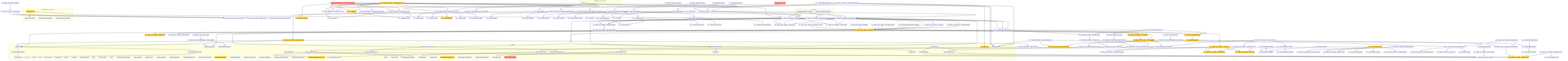
semcod/redup keeps this Mermaid diagram as project/flow.png. Above is the earlier version. Its source is kept beside it as project/flow.mmd.
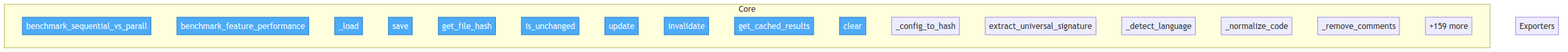
Above is the later version.

What changed in the source:
```diff
@@ -1,265 +1,27 @@
 flowchart TD
-    subgraph benchmark
-        benchmark__benchmark_sequential_vs_parallel["benchmark_sequential_vs_parallel"]
+
+    classDef entry fill:#4dabf7,stroke:#1971c2,color:#fff
+
+    subgraph Core
+        benchmark__benchmark_sequential_vs_parallel["benchmark_sequential_vs_parall"]
         benchmark__benchmark_feature_performance["benchmark_feature_performance"]
-    end
-    subgraph benchmarks_bench_libraries
-        benchmarks__bench_libraries__generate_test_project["generate_test_project"]
-        benchmarks__bench_libraries__benchmark("benchmark CC=10")
-        benchmarks__benchmark_hash_performance["benchmark_hash_performance"]
-        benchmarks__benchmark_fuzzy_performance["benchmark_fuzzy_performance"]
-    end
-    subgraph examples_01_basic_usage
-        examples__01_basic_usage__main["main"]
-    end
-    subgraph src_redup
-        src__redup__core__config___load_toml_file["_load_toml_file"]
-        src___get_config_from_pyproject["_get_config_from_pyproject"]
-        src___get_config_from_redup_toml["_get_config_from_redup_toml"]
-        src__redup__core__config__load_config["load_config"]
-        src__redup__core__config__config_to_scan_config["config_to_scan_config"]
-        src__redup__core__config__create_sample_redup_toml["create_sample_redup_toml"]
-        src__redup__core__hash_cache__HashCache____init__["__init__"]
         src__redup__core__hash_cache__HashCache___load["_load"]
         src__redup__core__hash_cache__HashCache__save["save"]
-        src__get_file_hash["get_file_hash"]
-        src__is_unchanged["is_unchanged"]
+        src__redup__core__hash_cache__HashCache__get_file_hash["get_file_hash"]
+        src__redup__core__hash_cache__HashCache__is_unchanged["is_unchanged"]
         src__redup__core__hash_cache__HashCache__update["update"]
-        src__invalidate["invalidate"]
-        src__get_cached_results["get_cached_results"]
+        src__redup__core__hash_cache__HashCache__invalidate["invalidate"]
+        src__redup__core__hash_cache__HashCache__get_cached_results["get_cached_results"]
         src__redup__core__hash_cache__HashCache__clear["clear"]
         src__redup__core__hash_cache___config_to_hash["_config_to_hash"]
-        src____init__["__init__"]
-        src__extract_universal_signature["extract_universal_signature"]
-        src___detect_language["_detect_language"]
-        src___normalize_code["_normalize_code"]
-        src___remove_comments["_remove_comments"]
-        src___normalize_identifiers["_normalize_identifiers"]
-        src___detect_component_type["_detect_component_type"]
-        src___extract_semantic_patterns["_extract_semantic_patterns"]
-        src___extract_metadata("_extract_metadata CC=11")
-        src___compute_complexity["_compute_complexity"]
-        src___compute_structure_hash["_compute_structure_hash"]
-        src____init__["__init__"]
-        src__find_similar_components["find_similar_components"]
-        src___compute_universal_similarity["_compute_universal_similarity"]
-        src___compute_pattern_similarity["_compute_pattern_similarity"]
-        src___compute_metadata_similarity("_compute_metadata_similarity CC=9")
-        src__find_exact_duplicates_lazy["find_exact_duplicates_lazy"]
-        src__find_structural_duplicates_lazy["find_structural_duplicates_lazy"]
-        src___create_duplicate_group["_create_duplicate_group"]
-        src__find_all_duplicates_lazy["find_all_duplicates_lazy"]
-        src____init__["__init__"]
-        src__collect["collect"]
-        src__collect_sorted["collect_sorted"]
-        src__redup__core__matcher__sequence_similarity["sequence_similarity"]
-        src__redup__core__matcher__fuzzy_similarity["fuzzy_similarity"]
-        src___compare_against_reference["_compare_against_reference"]
-        src__redup__core__matcher__match_candidates["match_candidates"]
-        src__refine_structural_matches["refine_structural_matches"]
-        src__redup__core__planner___common_prefix["_common_prefix"]
-        src__redup__core__planner___suggest_module_name["_suggest_module_name"]
-        src__redup__core__planner___assess_risk["_assess_risk"]
-        src__redup__core__planner___choose_action["_choose_action"]
-        src__redup__core__planner__generate_suggestions["generate_suggestions"]
-        src____init__["__init__"]
-        src___ensure_model["_ensure_model"]
-        src__find_semantic_duplicates("find_semantic_duplicates CC=9")
-        src__find_semantic_duplicates_fast["find_semantic_duplicates_fast"]
-        src__compute_semantic_similarity["compute_semantic_similarity"]
-        src___parse_with_libcst["_parse_with_libcst"]
-        src__redup__core__python_parser___parse_with_ast{{_parse_with_ast CC=15}}
-        src__parse_python_functions["parse_python_functions"]
-        src__parsed_to_code_blocks["parsed_to_code_blocks"]
-        src__redup__mcp_server___json_safe("_json_safe CC=10")
-        src__redup__mcp_server___resolve_path["_resolve_path"]
+        src__UniversalFuzzyExtractor__extract_universal_signature["extract_universal_signature"]
+        src__UniversalFuzzyExtractor___detect_language["_detect_language"]
+        src__UniversalFuzzyExtractor___normalize_code["_normalize_code"]
+        src__UniversalFuzzyExtractor___remove_comments["_remove_comments"]
+        ...["+159 more"]
     end
-    benchmarks__bench_libraries__benchmark --> benchmarks__bench_libraries__generate_test_project
-    benchmarks__bench_libraries__benchmark --> src__redup__core__pipeline__analyze
-    examples__01_basic_usage__main --> src__redup__core__pipeline__analyze
-    examples__01_basic_usage__main --> src__redup__reporters__toon_reporter__to_toon
-    examples__01_basic_usage__main --> src__redup__reporters__json_reporter__to_json
-    src___get_config_from_pyproject --> src__redup__core__config___load_toml_file
-    src___get_config_from_redup_toml --> src__redup__core__config___load_toml_file
-    src__redup__core__config__load_config --> src___get_config_from_redup_toml
-    src__redup__core__config__load_config --> src___get_config_from_pyproject
-    benchmark__benchmark_sequential_vs_parallel --> src__redup__core__pipeline__analyze
-    benchmark__benchmark_sequential_vs_parallel --> src__redup__core__pipeline__analyze_parallel
-    benchmark__benchmark_feature_performance --> src__redup__core__pipeline__analyze_parallel
-    src__find_exact_duplicates_lazy --> src___create_duplicate_group
-    src__find_exact_duplicates_lazy --> src___blocks_from_different_locations
-    src__find_structural_duplicates_lazy --> src___create_duplicate_group
-    src__find_structural_duplicates_lazy --> src___blocks_from_different_locations
-    src__find_all_duplicates_lazy --> src__find_exact_duplicates_lazy
-    src__find_all_duplicates_lazy --> src__find_structural_duplicates_lazy
-    src__redup__core__matcher__sequence_similarity --> src__redup__core__hasher___normalize_text
-    src__redup__core__matcher__fuzzy_similarity --> src__redup__core__hasher___normalize_text
-    src__redup__core__matcher__fuzzy_similarity --> src__redup__core__matcher__sequence_similarity
-    src__redup__core__matcher__match_candidates --> src___compare_against_reference
-    src__refine_structural_matches --> src___compare_against_reference
-    src__redup__core__planner___suggest_module_name --> src__redup__core__planner___common_prefix
-    src__redup__core__planner__generate_suggestions --> src__redup__core__planner___choose_action
-    src__redup__core__planner__generate_suggestions --> src__redup__core__planner___suggest_module_name
-    src__redup__core__planner__generate_suggestions --> src__redup__core__planner___assess_risk
-    src__parse_python_functions --> src__redup__core__python_parser___parse_with_ast
-    src__parse_python_functions --> src___parse_with_libcst
-    src__redup__mcp_server___build_scan_config --> src__redup__core__config__config_to_scan_config
-    src__redup__mcp_server___build_scan_config --> src__redup__mcp_server___parse_extensions
-    src__redup__mcp_server___build_scan_config --> src__redup__core__config__load_config
-    src__redup__mcp_server___run_analysis --> src__redup__mcp_server___build_scan_config
-    src__redup__mcp_server___run_analysis --> src__redup__core__pipeline__analyze_parallel
-    src__redup__mcp_server___run_analysis --> src__redup__core__pipeline__analyze_optimized
-    src__redup__mcp_server___run_analysis --> src__redup__core__pipeline__analyze
-    src__redup__mcp_server___handle_analyze_project --> src__redup__mcp_server___resolve_path
-    src__redup__mcp_server___handle_analyze_project --> src__redup__mcp_server___run_analysis
-    src__redup__mcp_server___handle_analyze_project --> src__redup__reporters__json_reporter__to_json
-    src__redup__mcp_server___handle_analyze_project --> src__redup__reporters__yaml_reporter__to_yaml
-    src__redup__mcp_server___handle_analyze_project --> src__redup__reporters__toon_reporter__to_toon
-    src__redup__mcp_server___handle_analyze_project --> src__to_markdown
-    src__redup__mcp_server___handle_analyze_project --> src__redup__mcp_server___estimate_code2llm_counts
-    src___handle_suggest_refactoring --> src__redup__mcp_server___resolve_path
-    src___handle_suggest_refactoring --> src__redup__mcp_server___run_analysis
-    src___handle_suggest_refactoring --> src__redup__mcp_server___json_safe
-    src__redup__mcp_server___handle_compare_scans --> src__redup__mcp_server___resolve_path
-    src__redup__mcp_server___handle_compare_scans --> src__redup__core__differ__compare_scans
-    src__redup__mcp_server___handle_compare_scans --> src__redup__core__differ__format_diff_result
-    src__redup__mcp_server___handle_check_project --> src__redup__mcp_server___resolve_path
-    src__redup__mcp_server___handle_check_project --> src__redup__mcp_server___run_analysis
-    src__redup__mcp_server__handle_request --> src__redup__mcp_server__handle_initialize
-    src__redup__mcp_server__handle_request --> src__redup__mcp_server__handle_tools_list
-    src__redup__mcp_server__handle_request --> src__redup__mcp_server__handle_tools_call
-    src__redup__mcp_server__run_server --> src__redup__mcp_server__handle_request
-    src__redup__core__scanner___collect_files --> src__redup__core__scanner___project_relative_path
-    src__redup__core__scanner___collect_files --> src__redup__core__scanner___should_exclude
-    src__redup__core__scanner___collect_files --> src__redup__core__scanner___is_test_file
-    src__redup__core__scanner___scan_sequential --> src___extract_function_blocks_python
-    src__redup__core__scanner___scan_parallel --> src__redup__core__scanner___scan_sequential
-    src__redup__core__scanner___scan_file_worker --> src__redup__core__scanner___should_process_file
-    src__redup__core__scanner___scan_file_worker --> src___extract_function_blocks_python
-    src__redup__core__scanner___scan_file_worker --> src__extract_functions_treesitter
-    src__redup__core__scanner___should_process_file --> src__redup__core__scanner___project_relative_path
-    src__redup__core__scanner___should_process_file --> src__redup__core__scanner___should_exclude
-    src__redup__core__scanner___should_process_file --> src__redup__core__scanner___is_test_file
-    src___extract_function_blocks_python --> src__parse_python_functions
-    src___extract_function_blocks_python --> src__parsed_to_code_blocks
-    src__redup__core__scanner__scan_project --> src__redup__core__scanner___collect_files
-    src__redup__core__scanner__scan_project --> src__redup__core__config__load_config
-    src__redup__core__scanner__scan_project --> src__redup__core__config__config_to_scan_config
-    src__redup__core__scanner__scan_project --> src__redup__core__scanner___preload_files
-    src__redup__core__scanner__scan_project --> src__redup__core__scanner___scan_parallel
-    src__redup__core__scanner__scan_project --> src__redup__core__scanner___scan_sequential
-    src__redup__core__scanner__scan_project --> src__redup__core__scanner___lazy_read_files
-    src__redup__core__scanner__scan_project_ultra_fast --> src__redup__core__scanner__scan_project
-    src__scan_project_memory_optimized --> src__redup__core__scanner__scan_project
-    src__redup__core__scanner__scan_project_parallel --> src__redup__core__scanner__scan_project
-    src__scan_project_parallel_memory_optimized --> src__redup__core__scanner__scan_project
-    src__redup__core__lsh_matcher___create_minhash --> src__redup__core__hasher___normalize_text
-    src___text_to_minhash_features --> src__redup__core__hasher___normalize_text
-    src___create_simple_minhash --> src___text_to_minhash_features
-    src__redup__core__lsh_matcher__LSHIndex__add --> src__redup__core__lsh_matcher___create_minhash
-    src__redup__core__lsh_matcher__LSHIndex__add --> src___create_simple_minhash
-    src__find_near_duplicates --> src__redup__core__lsh_matcher___create_minhash
-    src___find_near_duplicates_simple --> src___create_simple_minhash
-    src__find_near_duplicates --> src__redup__core__lsh_matcher__build_lsh_index
-    src__redup__core__hasher___normalize_ast_text --> src___ast_to_normalized_string
-    src__redup__core__hasher___normalize_ast_text --> src__redup__core__hasher___normalize_text
-    src__redup__core__hasher___hashed_block --> src__redup__core__hasher__hash_block
-    src__redup__core__hasher___hashed_block --> src__redup__core__hasher__hash_block_structural
-    src__redup__core__hasher__build_hash_index --> src__redup__core__hasher___hashed_block
-    src__redup__core__hasher___find_duplicates --> src___blocks_from_different_locations
-    src__redup__core__cache__hash_block_with_cache --> src__redup__core__hasher__hash_block
-    src__redup__core__cache__hash_block_with_cache --> src__redup__core__hasher__hash_block_structural
-    src__build_hash_index_with_cache --> src__redup__core__cache__hash_block_with_cache
-    src__extract_functions_treesitter --> src___get_tree_sitter_language
-    src__extract_functions_treesitter --> src___initialize_language_dispatcher
-    src__get_supported_languages --> src___get_tree_sitter_language
-    src__is_language_supported --> src___get_tree_sitter_language
-    src___get_layers --> src___calculate_avg_cc
-    src__to_code2llm_toon --> src___calculate_avg_cc
-    src__to_code2llm_toon --> src___count_critical_functions
-    src__export_code2llm --> src__to_code2llm_toon
-    src__export_code2llm --> src__to_code2llm_context
-    src__redup__reporters__json_reporter__to_json --> src___group_to_dict
-    src__redup__reporters__json_reporter__to_json --> src___suggestion_to_dict
-    src__redup__reporters__toon_reporter__to_toon --> src___render_header
-    src__redup__reporters__toon_reporter__to_toon --> src___render_summary
-    src__redup__reporters__toon_reporter__to_toon --> src___render_duplicates
-    src__redup__reporters__toon_reporter__to_toon --> src___render_refactor
-    src__redup__reporters__toon_reporter__to_toon --> src___render_metrics_target
-    src__redup__reporters__yaml_reporter__to_yaml --> src___group_to_dict
-    src__redup__reporters__yaml_reporter__to_yaml --> src___suggestion_to_dict
-    src__redup__cli_app__output_writer__write_results --> src__redup__reporters__json_reporter__to_json
-    src__redup__cli_app__output_writer__write_results --> src__redup__cli_app__output_writer__write_output
-    src__redup__cli_app__output_writer__write_results --> src__redup__reporters__yaml_reporter__to_yaml
-    src__redup__cli_app__output_writer__write_results --> src__redup__reporters__toon_reporter__to_toon
-    src__redup__cli_app__output_writer__write_results --> src__to_markdown
-    src__redup__cli_app__output_writer__write_results --> src__to_code2llm_context
-    src__redup__cli_app__output_writer__write_results --> src__export_code2llm
-    src__redup__cli_app__scan_commands__diff_command --> src__redup__core__differ__compare_scans
-    src__redup__cli_app__scan_commands__diff_command --> src__redup__core__differ__format_diff_result
-    src__redup__cli_app__scan_commands__check_command --> src__print_scan_header
-    src__redup__cli_app__scan_commands__check_command --> src__redup__core__pipeline__analyze
-    src__redup__cli_app__scan_commands__check_command --> src__print_scan_summary
-    src__redup__cli_app__scan_commands__config_command --> src__redup__core__config__create_sample_redup_toml
-    src__redup__cli_app__scan_commands__config_command --> src__redup__core__config__load_config
-    src__apply_fuzzy_similarity --> src___apply_fuzzy_similarity
-    src__redup__cli_app__main__diff --> src__redup__cli_app__scan_commands__diff_command
-    src__redup__cli_app__main__check --> src__redup__cli_app__scan_commands__check_command
-    src__redup__cli_app__main__config --> src__redup__cli_app__scan_commands__config_command
-    src__redup__cli_app__main__info --> src__redup__cli_app__scan_commands__info_command
-    src___apply_fuzzy_similarity --> src___validate_fuzzy_input
-    src___apply_fuzzy_similarity --> src___extract_all_blocks
-    src___apply_fuzzy_similarity --> src___separate_blocks_by_type
-    src___apply_fuzzy_similarity --> src___analyze_blocks_with_detectors
-    src___apply_fuzzy_similarity --> src___report_fuzzy_results
-    src___analyze_blocks_with_detectors --> src___analyze_html_css_blocks
-    src___analyze_blocks_with_detectors --> src___analyze_other_language_blocks
-    src__create_hash_function --> src__redup__core__hasher___hash_text
-    src__create_duplicate_finder --> src__redup__core__hasher___find_duplicates
-    src___groups_match --> src___group_files
-    src___ensure_matches --> src___groups_match
-    src___match_score --> src___group_files
-    src__redup__core__pipeline__analyze --> src__redup__core__pipeline___ensure_config
-    src__redup__core__pipeline__analyze --> src__redup__core__pipeline___scan_phase
-    src__redup__core__pipeline__analyze --> src__redup__core__pipeline___process_blocks
-    src__redup__core__pipeline__analyze --> src___find_duplicates_phase_optimized
-    src__redup__core__pipeline__analyze --> src__redup__core__pipeline___deduplicate_phase
-    src__redup__core__pipeline__analyze --> src__redup__core__planner__generate_suggestions
-    src__redup__core__pipeline__analyze_optimized --> src__redup__core__pipeline___ensure_config
-    src__redup__core__pipeline__analyze_optimized --> src__redup__core__scanner__scan_project
-    src__redup__core__pipeline__analyze_optimized --> src__redup__core__pipeline___process_blocks
-    src__redup__core__pipeline__analyze_optimized --> src___find_duplicates_phase_optimized
-    src__redup__core__pipeline__analyze_optimized --> src__redup__core__pipeline___deduplicate_phase
-    src__redup__core__pipeline__analyze_optimized --> src__redup__core__planner__generate_suggestions
-    src__redup__core__pipeline___scan_phase --> src__redup__core__scanner__scan_project
-    src__redup__core__pipeline___scan_phase_parallel --> src__redup__core__scanner__scan_project
-    src___find_duplicates_phase_optimized --> src__redup__core__hasher__build_hash_index
-    src___find_duplicates_phase_optimized --> src___find_near_duplicate_groups
-    src___find_duplicates_phase_optimized --> src__find_all_duplicates_lazy
-    src___find_duplicates_phase_lazy --> src___find_near_duplicate_groups
-    src___find_duplicates_phase_lazy --> src__build_hash_index_with_cache
-    src___find_duplicates_phase_lazy --> src__redup__core__hasher__build_hash_index
-    src___find_duplicates_phase_lazy --> src__find_all_duplicates_lazy
-    src__redup__core__pipeline___find_exact_groups --> src__redup__core__hasher__find_exact_duplicates
-    src__redup__core__pipeline___find_exact_groups --> src__redup__core__pipeline___blocks_to_group
-    src___find_structural_groups --> src__find_structural_duplicates
-    src___find_structural_groups --> src__refine_structural_matches
-    src___find_structural_groups --> src___match_results_to_blocks
-    src___find_structural_groups --> src__redup__core__pipeline___blocks_to_group
-    src___find_structural_groups --> src__redup__core__pipeline___calculate_similarity
-    src__redup__core__pipeline___deduplicate_phase --> src__redup__core__pipeline___deduplicate_groups
-    src___find_near_duplicate_groups --> src__find_near_duplicates
-    src__redup__core__pipeline__analyze_parallel --> src__redup__core__pipeline___ensure_config
-    src__redup__core__pipeline__analyze_parallel --> src__redup__core__pipeline___scan_phase_parallel
-    src__redup__core__pipeline__analyze_parallel --> src__redup__core__pipeline___process_blocks
-    src__redup__core__pipeline__analyze_parallel --> src___find_duplicates_phase_optimized
-    src__redup__core__pipeline__analyze_parallel --> src__redup__core__pipeline___deduplicate_phase
-    src__redup__core__pipeline__analyze_parallel --> src__redup__core__planner__generate_suggestions
-    src__redup__core__differ__compare_scans --> src__redup__core__differ___load_duplication_map
-    src__redup__core__differ__compare_scans --> src__redup__core__differ___group_by_id
-    src__redup__core__differ__compare_scans --> src__calculate_diff_stats
 
-    classDef highCC fill:#ff6b6b,stroke:#c92a2a,color:#fff
-    classDef medCC fill:#ffd43b,stroke:#f08c00,color:#000
-    class src__redup__core__python_parser___parse_with_ast,src__redup__cli_app__output_writer__write_results,src___ensure_matches highCC
-    class benchmarks__bench_libraries__benchmark,src___extract_metadata,src___compute_metadata_similarity,src__find_semantic_duplicates,src__redup__mcp_server___json_safe,src__redup__mcp_server___build_scan_config,src__redup__mcp_server___handle_analyze_project,src__redup__core__scanner___should_exclude,src__redup__core__scanner___collect_files,src__redup__core__scanner___is_test_file,src__redup__core__scanner___preload_files,src__redup__core__scanner___scan_sequential,src__redup__core__scanner___scan_parallel,src__redup__core__scanner__scan_project,src__find_near_duplicates,src__find_all_near_duplicates,src__redup__core__hasher___normalize_text,src__to_markdown,src___normalize_css_value,src___detect_css_component_type,src___compute_attribute_similarity,src__to_code2llm_context,src___render_duplicates,src___get_refactoring_metrics,src___find_structural_groups,src___find_near_duplicate_groups,src__redup__core__differ__format_diff_result medCC
+    subgraph Exporters
+    end
+
+    class benchmark__benchmark_sequential_vs_parallel,benchmark__benchmark_feature_performance,src__redup__core__hash_cache__HashCache___load,src__redup__core__hash_cache__HashCache__save,src__redup__core__hash_cache__HashCache__get_file_hash,src__redup__core__hash_cache__HashCache__is_unchanged,src__redup__core__hash_cache__HashCache__update,src__redup__core__hash_cache__HashCache__invalidate,src__redup__core__hash_cache__HashCache__get_cached_results,src__redup__core__hash_cache__HashCache__clear entry
```
